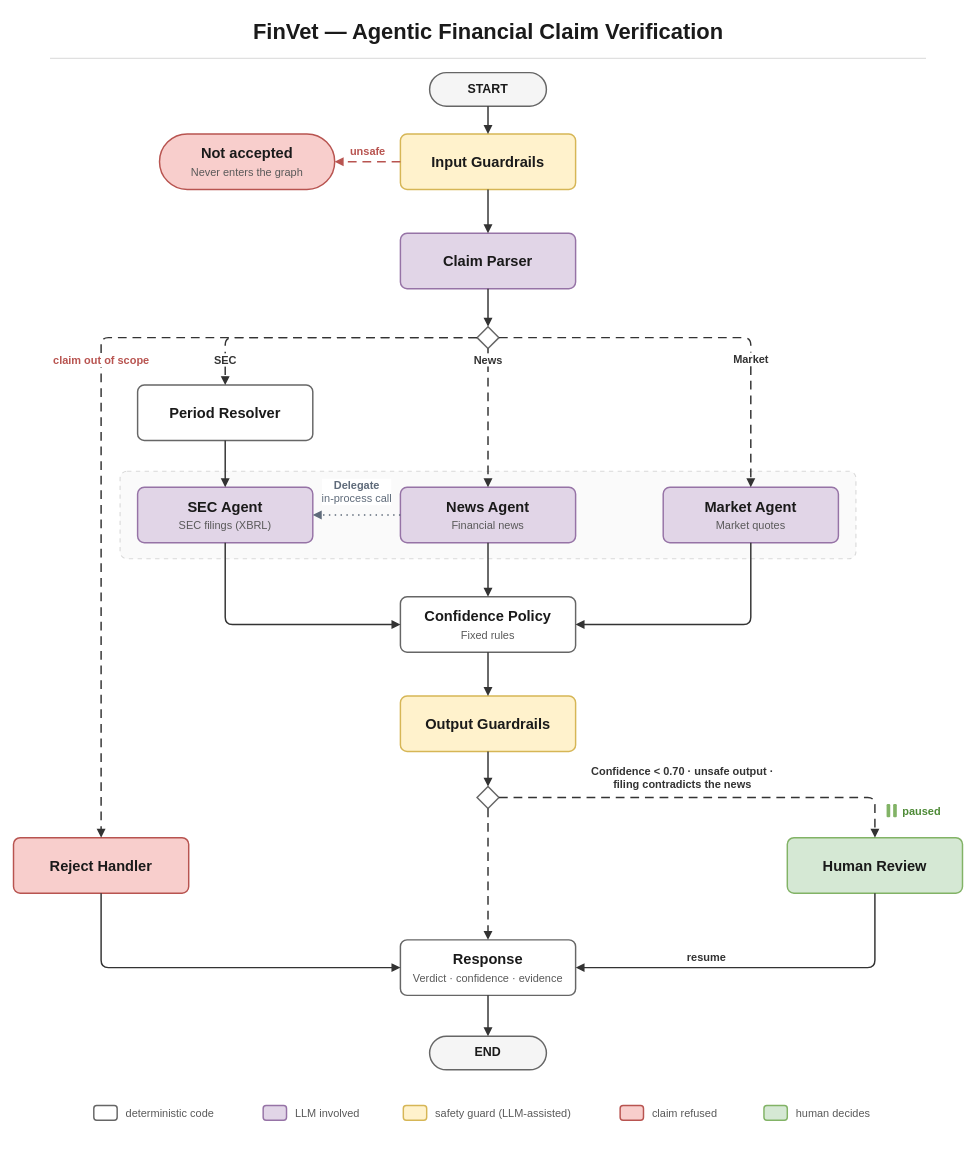
Above: docs/diagrams/finvet-pipeline.drawio in danielberhane/finvet (draw.io), before the change. Source tidied: cells renumbered, new cells numbered last; positions are measured from the earlier drawing's top-left corner, leaving out a move shared by most shapes. Both pictures are drawn from the tidied source at 73%, with x=0, y=0 at pixel (13, 12).
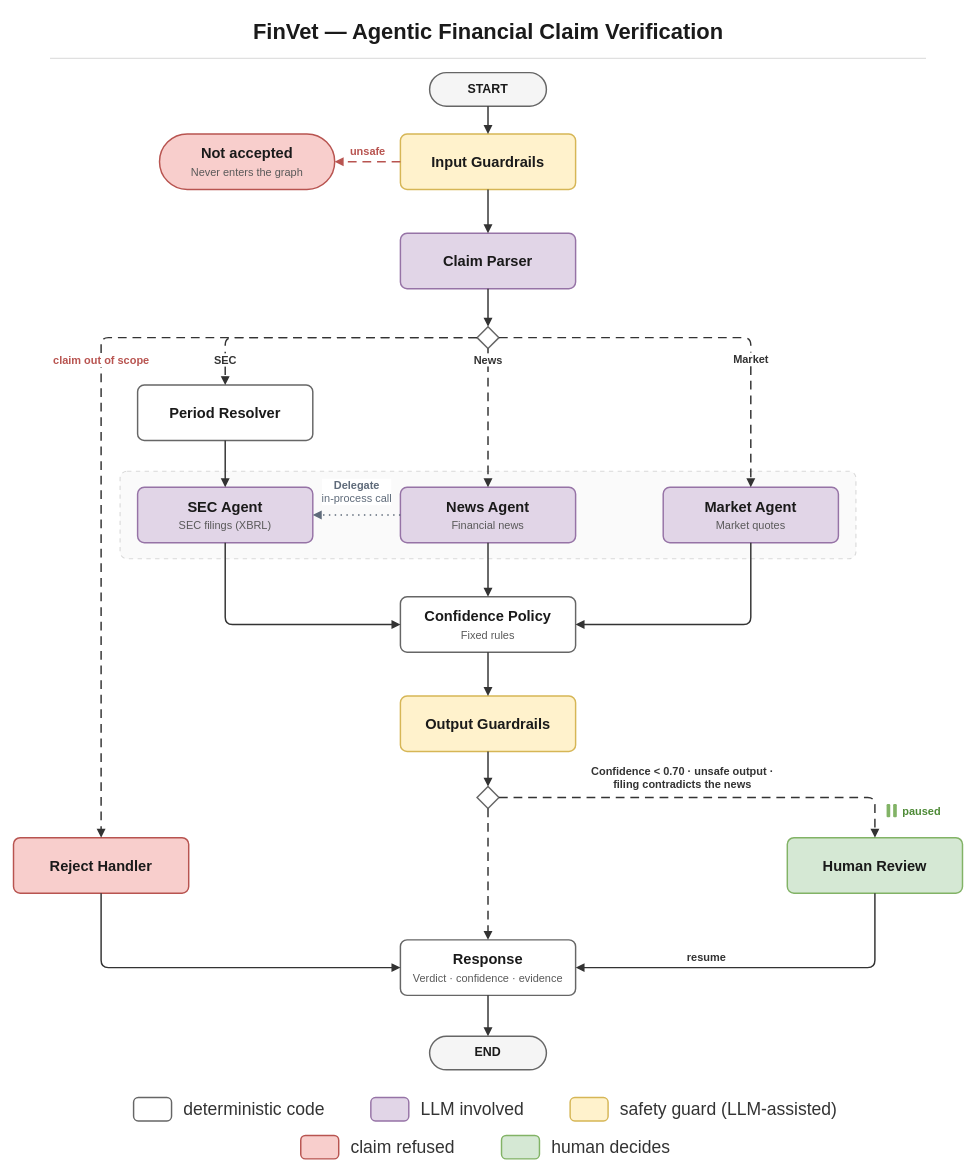
The same diagram, later.

Commit message (it also covers changes not shown here):
docs(diagram): legend readable at README width (#26)

* docs(diagram): legend readable at README width

Legend labels match the node titles (20 px, darker grey) and the swatches
are larger; the row is re-centred. No other element or word changes.

* docs(diagram): legend at 24 px in two centred rows

At 20 px on one row the legend was still hard to read at README width.

The edit, as a diff of the source:
```diff
@@
     <mxCell id="44" style="rounded=1;arcSize=20;html=1;fillColor=#FFFFFF;strokeColor=#666666;strokeWidth=2;" parent="1" vertex="1">
-      <mxGeometry x="110" y="1497" width="32" height="20" as="geometry" />
+      <mxGeometry x="164.5" y="1486" width="52" height="32" as="geometry" />
     </mxCell>
-    <mxCell id="45" value="deterministic code" style="text;html=1;align=left;verticalAlign=middle;fontFamily=Helvetica;fontSize=15;fontColor=#595959;" parent="1" vertex="1">
-      <mxGeometry x="152" y="1494" width="150" height="26" as="geometry" />
+    <mxCell id="45" value="deterministic code" style="text;html=1;align=left;verticalAlign=middle;fontFamily=Helvetica;fontSize=24;fontColor=#333333;" parent="1" vertex="1">
+      <mxGeometry x="230.5" y="1484" width="203" height="36" as="geometry" />
     </mxCell>
     <mxCell id="46" style="rounded=1;arcSize=20;html=1;fillColor=#E1D5E7;strokeColor=#9673A6;strokeWidth=2;" parent="1" vertex="1">
-      <mxGeometry x="342" y="1497" width="32" height="20" as="geometry" />
+      <mxGeometry x="489.5" y="1486" width="52" height="32" as="geometry" />
     </mxCell>
-    <mxCell id="47" value="LLM involved" style="text;html=1;align=left;verticalAlign=middle;fontFamily=Helvetica;fontSize=15;fontColor=#595959;" parent="1" vertex="1">
-      <mxGeometry x="384" y="1494" width="110" height="26" as="geometry" />
+    <mxCell id="47" value="LLM involved" style="text;html=1;align=left;verticalAlign=middle;fontFamily=Helvetica;fontSize=24;fontColor=#333333;" parent="1" vertex="1">
+      <mxGeometry x="555.5" y="1484" width="151" height="36" as="geometry" />
     </mxCell>
     <mxCell id="48" style="rounded=1;arcSize=20;html=1;fillColor=#FFF2CC;strokeColor=#D6B656;strokeWidth=2;" parent="1" vertex="1">
-      <mxGeometry x="534" y="1497" width="32" height="20" as="geometry" />
+      <mxGeometry x="762.5" y="1486" width="52" height="32" as="geometry" />
     </mxCell>
-    <mxCell id="49" value="safety guard (LLM-assisted)" style="text;html=1;align=left;verticalAlign=middle;fontFamily=Helvetica;fontSize=15;fontColor=#595959;" parent="1" vertex="1">
-      <mxGeometry x="576" y="1494" width="215" height="26" as="geometry" />
+    <mxCell id="49" value="safety guard (LLM-assisted)" style="text;html=1;align=left;verticalAlign=middle;fontFamily=Helvetica;fontSize=24;fontColor=#333333;" parent="1" vertex="1">
+      <mxGeometry x="828.5" y="1484" width="307" height="36" as="geometry" />
     </mxCell>
     <mxCell id="50" style="rounded=1;arcSize=20;html=1;fillColor=#F8CECC;strokeColor=#B85450;strokeWidth=2;" parent="1" vertex="1">
-      <mxGeometry x="831" y="1497" width="32" height="20" as="geometry" />
+      <mxGeometry x="393.5" y="1538" width="52" height="32" as="geometry" />
     </mxCell>
-    <mxCell id="51" value="claim refused" style="text;html=1;align=left;verticalAlign=middle;fontFamily=Helvetica;fontSize=15;fontColor=#595959;" parent="1" vertex="1">
-      <mxGeometry x="873" y="1494" width="115" height="26" as="geometry" />
+    <mxCell id="51" value="claim refused" style="text;html=1;align=left;verticalAlign=middle;fontFamily=Helvetica;fontSize=24;fontColor=#333333;" parent="1" vertex="1">
+      <mxGeometry x="459.5" y="1536" width="153" height="36" as="geometry" />
     </mxCell>
     <mxCell id="52" style="rounded=1;arcSize=20;html=1;fillColor=#D5E8D4;strokeColor=#82B366;strokeWidth=2;" parent="1" vertex="1">
-      <mxGeometry x="1028" y="1497" width="32" height="20" as="geometry" />
+      <mxGeometry x="668.5" y="1538" width="52" height="32" as="geometry" />
     </mxCell>
-    <mxCell id="53" value="human decides" style="text;html=1;align=left;verticalAlign=middle;fontFamily=Helvetica;fontSize=15;fontColor=#595959;" parent="1" vertex="1">
-      <mxGeometry x="1070" y="1494" width="120" height="26" as="geometry" />
+    <mxCell id="53" value="human decides" style="text;html=1;align=left;verticalAlign=middle;fontFamily=Helvetica;fontSize=24;fontColor=#333333;" parent="1" vertex="1">
+      <mxGeometry x="734.5" y="1536" width="172" height="36" as="geometry" />
     </mxCell>
```
